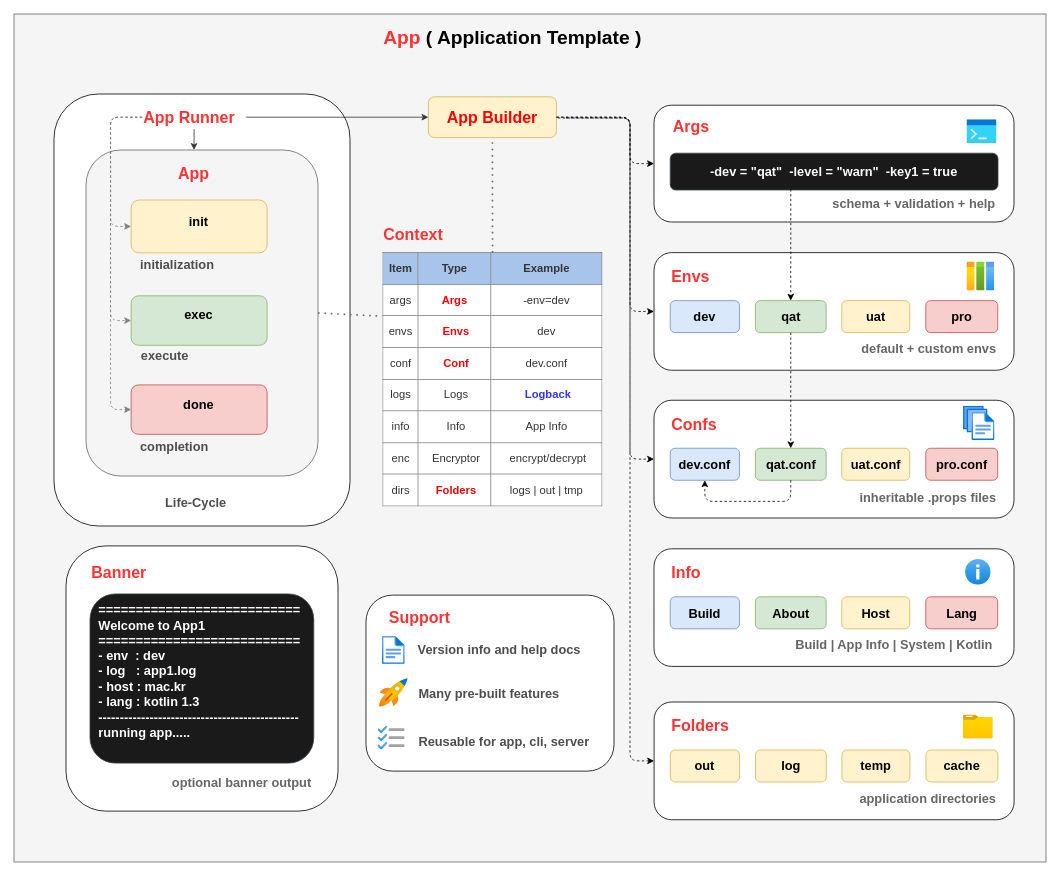
This is doc/diagrams/slatekit-app.drawio from slatekit/kiit, a draw.io file, before an edit. Source tidied: cells renumbered, new cells numbered last; positions are measured from the earlier drawing's top-left corner, leaving out a move shared by most shapes. Both pictures are drawn from the tidied source at 80%, with x=0, y=0 at pixel (14, 14).
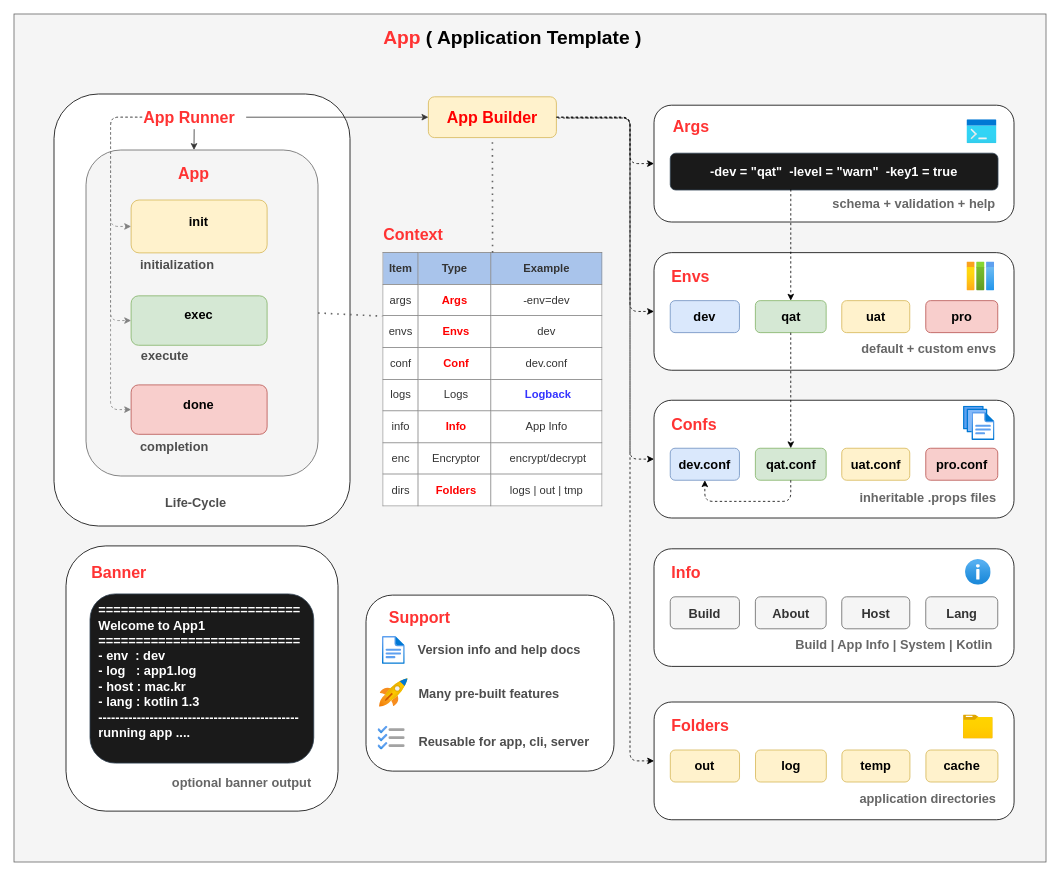
The same page after the edit.

The edit, as a diff of the source:
```diff
@@
-    <mxCell id="20" value="&lt;table border=&quot;1&quot; width=&quot;100%&quot; style=&quot;width: 100% ; height: 100% ; border-collapse: collapse ; font-size: 14px ; background-color: rgb(255 , 255 , 255)&quot;&gt;&lt;tbody style=&quot;font-size: 14px&quot;&gt;&lt;tr style=&quot;font-size: 14px&quot;&gt;&lt;td align=&quot;center&quot; style=&quot;font-size: 14px ; background-color: rgb(169 , 196 , 235)&quot;&gt;&lt;b style=&quot;font-size: 14px&quot;&gt;Item&lt;/b&gt;&lt;/td&gt;&lt;td style=&quot;text-align: center ; background-color: rgb(169 , 196 , 235)&quot;&gt;&lt;b&gt;Type&lt;/b&gt;&lt;br&gt;&lt;/td&gt;&lt;td align=&quot;center&quot; style=&quot;font-size: 14px ; background-color: rgb(169 , 196 , 235)&quot;&gt;&lt;b style=&quot;font-size: 14px&quot;&gt;Example&lt;/b&gt;&lt;/td&gt;&lt;/tr&gt;&lt;tr style=&quot;font-size: 14px&quot;&gt;&lt;td align=&quot;center&quot; style=&quot;font-size: 14px&quot;&gt;args&lt;/td&gt;&lt;td style=&quot;text-align: center&quot;&gt;&lt;b&gt;&lt;font color=&quot;#ff0000&quot;&gt;Args&lt;/font&gt;&lt;/b&gt;&lt;/td&gt;&lt;td align=&quot;center&quot; style=&quot;font-size: 14px&quot;&gt;-env=dev&lt;/td&gt;&lt;/tr&gt;&lt;tr style=&quot;font-size: 14px&quot;&gt;&lt;td align=&quot;center&quot; style=&quot;font-size: 14px&quot;&gt;envs&lt;br style=&quot;font-size: 14px&quot;&gt;&lt;/td&gt;&lt;td style=&quot;text-align: center&quot;&gt;&amp;nbsp;&lt;font color=&quot;#ff0000&quot;&gt;&lt;b&gt;Envs&lt;/b&gt;&lt;/font&gt;&lt;/td&gt;&lt;td align=&quot;center&quot; style=&quot;font-size: 14px&quot;&gt;dev&lt;/td&gt;&lt;/tr&gt;&lt;tr style=&quot;font-size: 14px&quot;&gt;&lt;td style=&quot;text-align: center ; font-size: 14px&quot;&gt;conf&lt;/td&gt;&lt;td style=&quot;text-align: center&quot;&gt;&amp;nbsp;&lt;font color=&quot;#ff0000&quot;&gt;&lt;b&gt;Conf&lt;/b&gt;&lt;/font&gt;&lt;/td&gt;&lt;td style=&quot;text-align: center ; font-size: 14px&quot;&gt;dev.conf&lt;/td&gt;&lt;/tr&gt;&lt;tr style=&quot;font-size: 14px&quot;&gt;&lt;td style=&quot;text-align: center ; font-size: 14px&quot;&gt;logs&lt;/td&gt;&lt;td style=&quot;text-align: center&quot;&gt;&amp;nbsp;Logs&lt;/td&gt;&lt;td style=&quot;text-align: center ; font-size: 14px&quot;&gt;&amp;nbsp;&lt;b&gt;&lt;font color=&quot;#3333ff&quot;&gt;Logback&lt;/font&gt;&lt;/b&gt;&lt;/td&gt;&lt;/tr&gt;&lt;tr style=&quot;font-size: 14px&quot;&gt;&lt;td style=&quot;text-align: center ; font-size: 14px&quot;&gt;info&lt;/td&gt;&lt;td style=&quot;text-align: center&quot;&gt;&amp;nbsp;Info&lt;/td&gt;&lt;td style=&quot;text-align: center ; font-size: 14px&quot;&gt;App Info&lt;/td&gt;&lt;/tr&gt;&lt;tr style=&quot;font-size: 14px&quot;&gt;&lt;td style=&quot;text-align: center ; font-size: 14px&quot;&gt;enc&lt;/td&gt;&lt;td style=&quot;text-align: center&quot;&gt;&amp;nbsp;Encryptor&lt;/td&gt;&lt;td style=&quot;text-align: center ; font-size: 14px&quot;&gt;&amp;nbsp;encrypt/decrypt&lt;/td&gt;&lt;/tr&gt;&lt;tr&gt;&lt;td style=&quot;text-align: center&quot;&gt;dirs&lt;/td&gt;&lt;td style=&quot;text-align: center&quot;&gt;&amp;nbsp;&lt;b&gt;&lt;font color=&quot;#ff0000&quot;&gt;Folders&lt;/font&gt;&lt;/b&gt;&lt;/td&gt;&lt;td style=&quot;text-align: center&quot;&gt;logs | out | tmp&lt;/td&gt;&lt;/tr&gt;&lt;/tbody&gt;&lt;/table&gt;" style="text;html=1;strokeColor=none;fillColor=none;overflow=fill;rounded=0;glass=0;align=left;fontColor=#333333;fontSize=14;" parent="1" vertex="1">
+    <mxCell id="20" value="&lt;table border=&quot;1&quot; width=&quot;100%&quot; style=&quot;width: 100% ; height: 100% ; border-collapse: collapse ; font-size: 14px ; background-color: rgb(255 , 255 , 255)&quot;&gt;&lt;tbody style=&quot;font-size: 14px&quot;&gt;&lt;tr style=&quot;font-size: 14px&quot;&gt;&lt;td align=&quot;center&quot; style=&quot;font-size: 14px ; background-color: rgb(169 , 196 , 235)&quot;&gt;&lt;b style=&quot;font-size: 14px&quot;&gt;Item&lt;/b&gt;&lt;/td&gt;&lt;td style=&quot;text-align: center ; background-color: rgb(169 , 196 , 235)&quot;&gt;&lt;b&gt;Type&lt;/b&gt;&lt;br&gt;&lt;/td&gt;&lt;td align=&quot;center&quot; style=&quot;font-size: 14px ; background-color: rgb(169 , 196 , 235)&quot;&gt;&lt;b style=&quot;font-size: 14px&quot;&gt;Example&lt;/b&gt;&lt;/td&gt;&lt;/tr&gt;&lt;tr style=&quot;font-size: 14px&quot;&gt;&lt;td align=&quot;center&quot; style=&quot;font-size: 14px&quot;&gt;args&lt;/td&gt;&lt;td style=&quot;text-align: center&quot;&gt;&lt;b&gt;&lt;font color=&quot;#ff0000&quot;&gt;Args&lt;/font&gt;&lt;/b&gt;&lt;/td&gt;&lt;td align=&quot;center&quot; style=&quot;font-size: 14px&quot;&gt;-env=dev&lt;/td&gt;&lt;/tr&gt;&lt;tr style=&quot;font-size: 14px&quot;&gt;&lt;td align=&quot;center&quot; style=&quot;font-size: 14px&quot;&gt;envs&lt;br style=&quot;font-size: 14px&quot;&gt;&lt;/td&gt;&lt;td style=&quot;text-align: center&quot;&gt;&amp;nbsp;&lt;font color=&quot;#ff0000&quot;&gt;&lt;b&gt;Envs&lt;/b&gt;&lt;/font&gt;&lt;/td&gt;&lt;td align=&quot;center&quot; style=&quot;font-size: 14px&quot;&gt;dev&lt;/td&gt;&lt;/tr&gt;&lt;tr style=&quot;font-size: 14px&quot;&gt;&lt;td style=&quot;text-align: center ; font-size: 14px&quot;&gt;conf&lt;/td&gt;&lt;td style=&quot;text-align: center&quot;&gt;&amp;nbsp;&lt;font color=&quot;#ff0000&quot;&gt;&lt;b&gt;Conf&lt;/b&gt;&lt;/font&gt;&lt;/td&gt;&lt;td style=&quot;text-align: center ; font-size: 14px&quot;&gt;dev.conf&lt;/td&gt;&lt;/tr&gt;&lt;tr style=&quot;font-size: 14px&quot;&gt;&lt;td style=&quot;text-align: center ; font-size: 14px&quot;&gt;logs&lt;/td&gt;&lt;td style=&quot;text-align: center&quot;&gt;&amp;nbsp;Logs&lt;/td&gt;&lt;td style=&quot;text-align: center ; font-size: 14px&quot;&gt;&amp;nbsp;&lt;b&gt;&lt;font color=&quot;#3333ff&quot;&gt;Logback&lt;/font&gt;&lt;/b&gt;&lt;/td&gt;&lt;/tr&gt;&lt;tr style=&quot;font-size: 14px&quot;&gt;&lt;td style=&quot;text-align: center ; font-size: 14px&quot;&gt;info&lt;/td&gt;&lt;td style=&quot;text-align: center&quot;&gt;&amp;nbsp;&lt;b&gt;&lt;font color=&quot;#ff0000&quot;&gt;Info&lt;/font&gt;&lt;/b&gt;&lt;/td&gt;&lt;td style=&quot;text-align: center ; font-size: 14px&quot;&gt;App Info&lt;/td&gt;&lt;/tr&gt;&lt;tr style=&quot;font-size: 14px&quot;&gt;&lt;td style=&quot;text-align: center ; font-size: 14px&quot;&gt;enc&lt;/td&gt;&lt;td style=&quot;text-align: center&quot;&gt;&amp;nbsp;Encryptor&lt;/td&gt;&lt;td style=&quot;text-align: center ; font-size: 14px&quot;&gt;&amp;nbsp;encrypt/decrypt&lt;/td&gt;&lt;/tr&gt;&lt;tr&gt;&lt;td style=&quot;text-align: center&quot;&gt;dirs&lt;/td&gt;&lt;td style=&quot;text-align: center&quot;&gt;&amp;nbsp;&lt;b&gt;&lt;font color=&quot;#ff0000&quot;&gt;Folders&lt;/font&gt;&lt;/b&gt;&lt;/td&gt;&lt;td style=&quot;text-align: center&quot;&gt;logs | out | tmp&lt;/td&gt;&lt;/tr&gt;&lt;/tbody&gt;&lt;/table&gt;" style="text;html=1;strokeColor=none;fillColor=none;overflow=fill;rounded=0;glass=0;align=left;fontColor=#333333;fontSize=14;" parent="1" vertex="1">
       <mxGeometry x="460.5" y="298.3" width="275.4" height="317.7" as="geometry" />
     </mxCell>
@@
-    <mxCell id="66" value="&lt;span style=&quot;font-size: 16px&quot;&gt;&lt;b&gt;About&lt;/b&gt;&lt;/span&gt;" style="rounded=1;whiteSpace=wrap;html=1;fillColor=#d5e8d4;strokeColor=#82b366;" parent="1" vertex="1">
+    <mxCell id="66" value="&lt;span style=&quot;font-size: 16px&quot;&gt;&lt;b&gt;About&lt;/b&gt;&lt;/span&gt;" style="rounded=1;whiteSpace=wrap;html=1;fillColor=#f5f5f5;strokeColor=#666666;fontColor=#333333;" parent="1" vertex="1">
       <mxGeometry x="926.7" y="728.5" width="88.5" height="40" as="geometry" />
     </mxCell>
-    <mxCell id="67" value="&lt;b&gt;&lt;font style=&quot;font-size: 16px&quot;&gt;Build&lt;/font&gt;&lt;/b&gt;" style="rounded=1;whiteSpace=wrap;html=1;fillColor=#dae8fc;strokeColor=#6c8ebf;" parent="1" vertex="1">
+    <mxCell id="67" value="&lt;b&gt;&lt;font style=&quot;font-size: 16px&quot;&gt;Build&lt;/font&gt;&lt;/b&gt;" style="rounded=1;whiteSpace=wrap;html=1;fillColor=#f5f5f5;strokeColor=#666666;fontColor=#333333;" parent="1" vertex="1">
       <mxGeometry x="820.3" y="728.5" width="86.5" height="40" as="geometry" />
     </mxCell>
-    <mxCell id="68" value="&lt;b&gt;&lt;font style=&quot;font-size: 16px&quot;&gt;Host&lt;/font&gt;&lt;/b&gt;" style="rounded=1;whiteSpace=wrap;html=1;fillColor=#fff2cc;strokeColor=#d6b656;" parent="1" vertex="1">
+    <mxCell id="68" value="&lt;b&gt;&lt;font style=&quot;font-size: 16px&quot;&gt;Host&lt;/font&gt;&lt;/b&gt;" style="rounded=1;whiteSpace=wrap;html=1;fillColor=#f5f5f5;strokeColor=#666666;fontColor=#333333;" parent="1" vertex="1">
       <mxGeometry x="1034.7" y="728.5" width="85" height="40" as="geometry" />
     </mxCell>
@@
-    <mxCell id="70" value="&lt;b&gt;&lt;font style=&quot;font-size: 16px&quot;&gt;Lang&lt;/font&gt;&lt;/b&gt;" style="rounded=1;whiteSpace=wrap;html=1;fillColor=#f8cecc;strokeColor=#b85450;" parent="1" vertex="1">
+    <mxCell id="70" value="&lt;b&gt;&lt;font style=&quot;font-size: 16px&quot;&gt;Lang&lt;/font&gt;&lt;/b&gt;" style="rounded=1;whiteSpace=wrap;html=1;fillColor=#f5f5f5;strokeColor=#666666;fontColor=#333333;" parent="1" vertex="1">
       <mxGeometry x="1139.7" y="728.5" width="90" height="40" as="geometry" />
     </mxCell>
@@
-    <mxCell id="73" value="&lt;b&gt;&lt;font style=&quot;font-size: 16px&quot;&gt;&amp;nbsp; ===========================&lt;br&gt;&amp;nbsp; Welcome to App1&lt;br&gt;&amp;nbsp;&amp;nbsp;&lt;/font&gt;&lt;/b&gt;&lt;b&gt;&lt;font style=&quot;font-size: 16px&quot;&gt;===========================&lt;br&gt;&lt;/font&gt;&lt;/b&gt;&lt;b&gt;&lt;font style=&quot;font-size: 16px&quot;&gt;&amp;nbsp; - env&amp;nbsp; : dev&amp;nbsp;&lt;br&gt;&amp;nbsp; - log&amp;nbsp; &amp;nbsp;: app1.log&lt;br&gt;&amp;nbsp; - host : mac.kr&lt;br&gt;&amp;nbsp; - lang : kotlin 1.3&lt;br&gt;&amp;nbsp; -----------------------------------------------&lt;br&gt;&amp;nbsp; running app.....&lt;br&gt;&amp;nbsp;&amp;nbsp;&lt;br&gt;&lt;/font&gt;&lt;/b&gt;" style="rounded=1;whiteSpace=wrap;html=1;strokeColor=#314354;fontColor=#ffffff;fillColor=#1A1A1A;align=left;" parent="1" vertex="1">
+    <mxCell id="73" value="&lt;b&gt;&lt;font style=&quot;font-size: 16px&quot;&gt;&amp;nbsp; ===========================&lt;br&gt;&amp;nbsp; Welcome to App1&lt;br&gt;&amp;nbsp;&amp;nbsp;&lt;/font&gt;&lt;/b&gt;&lt;b&gt;&lt;font style=&quot;font-size: 16px&quot;&gt;===========================&lt;br&gt;&lt;/font&gt;&lt;/b&gt;&lt;b&gt;&lt;font style=&quot;font-size: 16px&quot;&gt;&amp;nbsp; - env&amp;nbsp; : dev&amp;nbsp;&lt;br&gt;&amp;nbsp; - log&amp;nbsp; &amp;nbsp;: app1.log&lt;br&gt;&amp;nbsp; - host : mac.kr&lt;br&gt;&amp;nbsp; - lang : kotlin 1.3&lt;br&gt;&amp;nbsp; -----------------------------------------------&lt;br&gt;&amp;nbsp; running app ....&lt;br&gt;&amp;nbsp;&amp;nbsp;&lt;br&gt;&lt;/font&gt;&lt;/b&gt;" style="rounded=1;whiteSpace=wrap;html=1;strokeColor=#314354;fontColor=#ffffff;fillColor=#1A1A1A;align=left;" parent="1" vertex="1">
       <mxGeometry x="95" y="724.9" width="279.7" height="211.5" as="geometry" />
     </mxCell>
```
